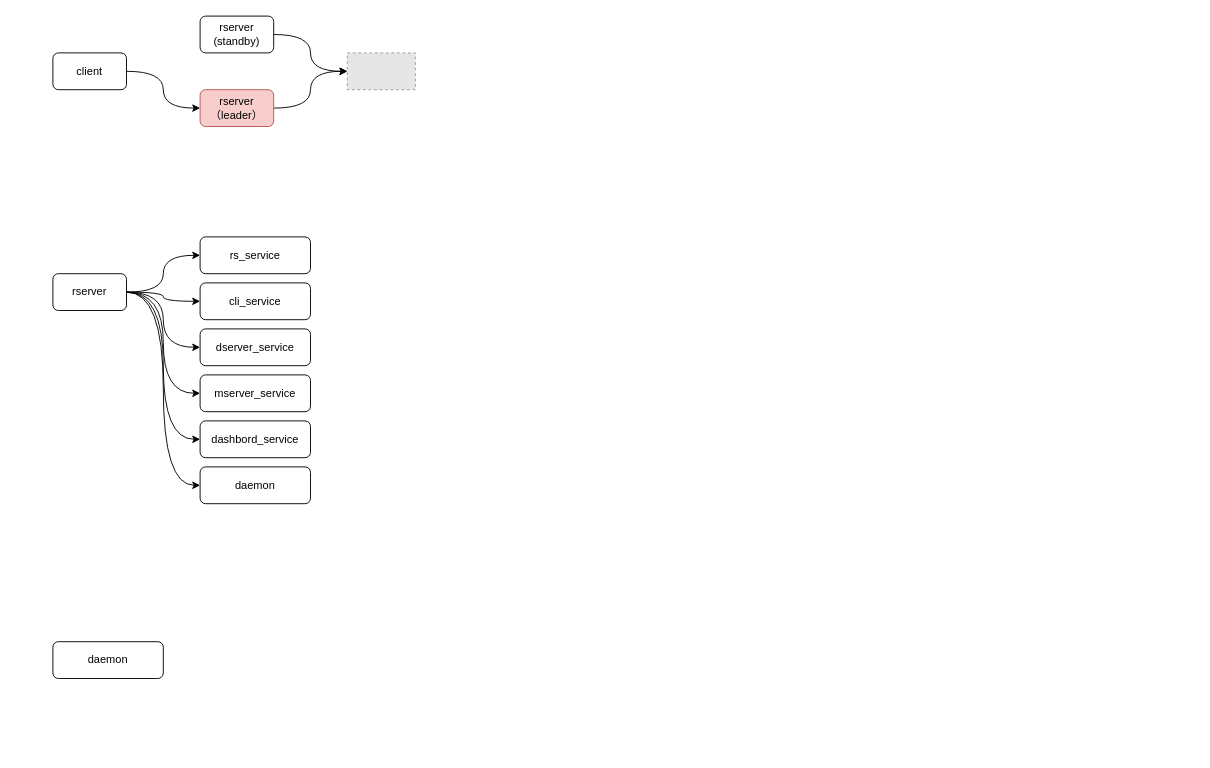
EarthWind/deeparch keeps this draw.io diagram as page "rserver" (2 of 4) of mind/bstore.drawio. Above is the earlier version. Source tidied: cells renumbered, new cells numbered last; positions are measured from the earlier drawing's top-left corner, leaving out a move shared by most shapes. Both pictures are drawn from the tidied source at 92%, with x=0, y=0 at pixel (52, 16). Pictures stored in the file or linked from it are replaced by grey dashed boxes.
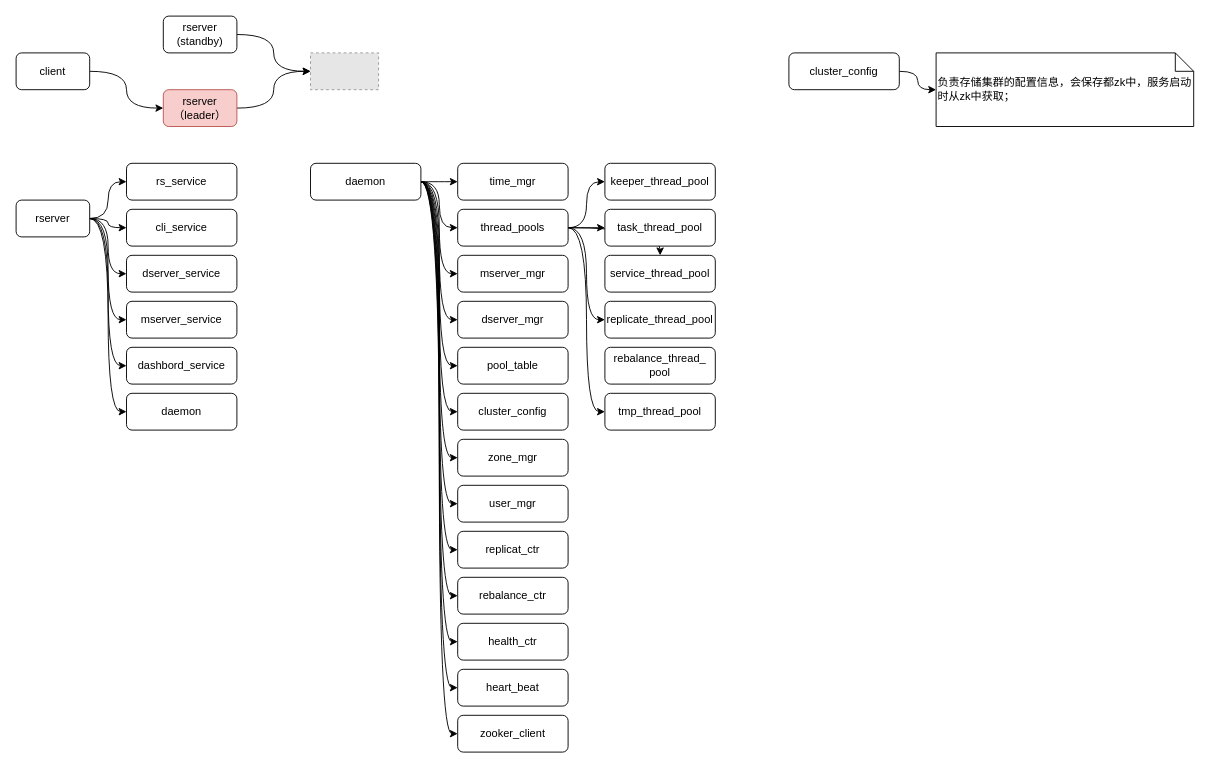
Above is the later version.

Change to the diagram source:
```diff
@@
     <mxCell id="3" value="rserver&lt;br&gt;(standby)" style="rounded=1;whiteSpace=wrap;html=1;" parent="1" vertex="1">
-      <mxGeometry x="160" width="80" height="40" as="geometry" />
+      <mxGeometry x="120" width="80" height="40" as="geometry" />
     </mxCell>
     <mxCell id="4" style="fillColor=#E6E6E6;strokeColor=#999999;dashed=1;verticalLabelPosition=bottom;labelBackgroundColor=default;verticalAlign=top;" parent="1" vertex="1">
-      <mxGeometry x="320" y="40" width="74" height="40" as="geometry" />
+      <mxGeometry x="280" y="40" width="74" height="40" as="geometry" />
     </mxCell>
@@
     <mxCell id="6" value="rserver&lt;br&gt;（leader）" style="rounded=1;whiteSpace=wrap;html=1;fillColor=#f8cecc;strokeColor=#b85450;" parent="1" vertex="1">
-      <mxGeometry x="160" y="80" width="80" height="40" as="geometry" />
+      <mxGeometry x="120" y="80" width="80" height="40" as="geometry" />
     </mxCell>
@@
     <mxCell id="8" value="client" style="rounded=1;whiteSpace=wrap;html=1;" parent="1" vertex="1">
-      <mxGeometry y="40" width="80" height="40" as="geometry" />
+      <mxGeometry x="-40" y="40" width="80" height="40" as="geometry" />
     </mxCell>
@@
     <mxCell id="15" value="rserver" style="rounded=1;whiteSpace=wrap;html=1;" parent="1" vertex="1">
-      <mxGeometry y="280" width="80" height="40" as="geometry" />
+      <mxGeometry x="-40" y="200" width="80" height="40" as="geometry" />
     </mxCell>
     <mxCell id="16" value="rs_service" style="rounded=1;whiteSpace=wrap;html=1;" parent="1" vertex="1">
-      <mxGeometry x="160" y="240" width="120" height="40" as="geometry" />
+      <mxGeometry x="80" y="160" width="120" height="40" as="geometry" />
     </mxCell>
     <mxCell id="17" value="cli_service" style="rounded=1;whiteSpace=wrap;html=1;" parent="1" vertex="1">
-      <mxGeometry x="160" y="290" width="120" height="40" as="geometry" />
+      <mxGeometry x="80" y="210" width="120" height="40" as="geometry" />
     </mxCell>
     <mxCell id="18" value="dserver_service" style="rounded=1;whiteSpace=wrap;html=1;" parent="1" vertex="1">
-      <mxGeometry x="160" y="340" width="120" height="40" as="geometry" />
+      <mxGeometry x="80" y="260" width="120" height="40" as="geometry" />
     </mxCell>
     <mxCell id="19" value="mserver_service" style="rounded=1;whiteSpace=wrap;html=1;" parent="1" vertex="1">
-      <mxGeometry x="160" y="390" width="120" height="40" as="geometry" />
+      <mxGeometry x="80" y="310" width="120" height="40" as="geometry" />
     </mxCell>
     <mxCell id="20" value="dashbord_service" style="rounded=1;whiteSpace=wrap;html=1;" parent="1" vertex="1">
-      <mxGeometry x="160" y="440" width="120" height="40" as="geometry" />
+      <mxGeometry x="80" y="360" width="120" height="40" as="geometry" />
     </mxCell>
     <mxCell id="21" value="daemon" style="rounded=1;whiteSpace=wrap;html=1;" parent="1" vertex="1">
-      <mxGeometry x="160" y="490" width="120" height="40" as="geometry" />
+      <mxGeometry x="80" y="410" width="120" height="40" as="geometry" />
     </mxCell>
+    <mxCell id="23" style="edgeStyle=orthogonalEdgeStyle;curved=1;rounded=0;jettySize=auto;html=1;" parent="1" edge="1" source="22" target="36">
+      <mxGeometry relative="1" as="geometry" />
+    </mxCell>
+    <mxCell id="24" style="edgeStyle=orthogonalEdgeStyle;curved=1;rounded=0;jettySize=auto;html=1;entryX=0;entryY=0.5;entryDx=0;entryDy=0;" parent="1" edge="1" source="22" target="42">
+      <mxGeometry relative="1" as="geometry" />
+    </mxCell>
+    <mxCell id="25" style="edgeStyle=orthogonalEdgeStyle;curved=1;rounded=0;jettySize=auto;html=1;entryX=0;entryY=0.5;entryDx=0;entryDy=0;" parent="1" edge="1" source="22" target="49">
+      <mxGeometry relative="1" as="geometry" />
+    </mxCell>
+    <mxCell id="26" style="edgeStyle=orthogonalEdgeStyle;curved=1;rounded=0;jettySize=auto;html=1;entryX=0;entryY=0.5;entryDx=0;entryDy=0;" parent="1" edge="1" source="22" target="50">
+      <mxGeometry relative="1" as="geometry" />
+    </mxCell>
+    <mxCell id="27" style="edgeStyle=orthogonalEdgeStyle;curved=1;rounded=0;jettySize=auto;html=1;entryX=0;entryY=0.5;entryDx=0;entryDy=0;" parent="1" edge="1" source="22" target="51">
+      <mxGeometry relative="1" as="geometry" />
+    </mxCell>
+    <mxCell id="28" style="edgeStyle=orthogonalEdgeStyle;curved=1;rounded=0;jettySize=auto;html=1;entryX=0;entryY=0.5;entryDx=0;entryDy=0;" parent="1" edge="1" source="22" target="54">
+      <mxGeometry relative="1" as="geometry" />
+    </mxCell>
+    <mxCell id="29" style="edgeStyle=orthogonalEdgeStyle;curved=1;rounded=0;jettySize=auto;html=1;entryX=0;entryY=0.5;entryDx=0;entryDy=0;" parent="1" edge="1" source="22" target="53">
+      <mxGeometry relative="1" as="geometry" />
+    </mxCell>
+    <mxCell id="30" style="edgeStyle=orthogonalEdgeStyle;curved=1;rounded=0;jettySize=auto;html=1;entryX=0;entryY=0.5;entryDx=0;entryDy=0;" parent="1" edge="1" source="22" target="52">
+      <mxGeometry relative="1" as="geometry" />
+    </mxCell>
+    <mxCell id="31" style="edgeStyle=orthogonalEdgeStyle;curved=1;rounded=0;jettySize=auto;html=1;entryX=0;entryY=0.5;entryDx=0;entryDy=0;" parent="1" edge="1" source="22" target="55">
+      <mxGeometry relative="1" as="geometry" />
+    </mxCell>
+    <mxCell id="32" style="edgeStyle=orthogonalEdgeStyle;curved=1;rounded=0;jettySize=auto;html=1;entryX=0;entryY=0.5;entryDx=0;entryDy=0;" parent="1" edge="1" source="22" target="56">
+      <mxGeometry relative="1" as="geometry" />
+    </mxCell>
+    <mxCell id="33" style="edgeStyle=orthogonalEdgeStyle;curved=1;rounded=0;jettySize=auto;html=1;entryX=0;entryY=0.5;entryDx=0;entryDy=0;" parent="1" edge="1" source="22" target="57">
+      <mxGeometry relative="1" as="geometry" />
+    </mxCell>
+    <mxCell id="34" style="edgeStyle=orthogonalEdgeStyle;curved=1;rounded=0;jettySize=auto;html=1;entryX=0;entryY=0.5;entryDx=0;entryDy=0;" parent="1" edge="1" source="22" target="58">
+      <mxGeometry relative="1" as="geometry" />
+    </mxCell>
+    <mxCell id="35" style="edgeStyle=orthogonalEdgeStyle;curved=1;rounded=0;jettySize=auto;html=1;entryX=0;entryY=0.5;entryDx=0;entryDy=0;" parent="1" edge="1" source="22" target="59">
+      <mxGeometry relative="1" as="geometry" />
+    </mxCell>
     <mxCell id="22" value="daemon" style="rounded=1;whiteSpace=wrap;html=1;" parent="1" vertex="1">
-      <mxGeometry y="680" width="120" height="40" as="geometry" />
+      <mxGeometry x="280" y="160" width="120" height="40" as="geometry" />
     </mxCell>
+    <mxCell id="36" value="time_mgr" style="whiteSpace=wrap;html=1;rounded=1;" parent="1" vertex="1">
+      <mxGeometry x="440" y="160" width="120" height="40" as="geometry" />
+    </mxCell>
+    <mxCell id="37" style="edgeStyle=orthogonalEdgeStyle;curved=1;rounded=0;jettySize=auto;html=1;entryX=0;entryY=0.5;entryDx=0;entryDy=0;" parent="1" edge="1" source="42" target="43">
+      <mxGeometry relative="1" as="geometry" />
+    </mxCell>
+    <mxCell id="38" style="edgeStyle=orthogonalEdgeStyle;curved=1;rounded=0;jettySize=auto;html=1;entryX=0;entryY=0.5;entryDx=0;entryDy=0;" parent="1" edge="1" source="42" target="44">
+      <mxGeometry relative="1" as="geometry" />
+    </mxCell>
+    <mxCell id="39" style="edgeStyle=orthogonalEdgeStyle;curved=1;rounded=0;jettySize=auto;html=1;" parent="1" edge="1" source="42" target="45">
+      <mxGeometry relative="1" as="geometry" />
+    </mxCell>
+    <mxCell id="40" style="edgeStyle=orthogonalEdgeStyle;curved=1;rounded=0;jettySize=auto;html=1;entryX=0;entryY=0.5;entryDx=0;entryDy=0;" parent="1" edge="1" source="42" target="46">
+      <mxGeometry relative="1" as="geometry" />
+    </mxCell>
+    <mxCell id="41" style="edgeStyle=orthogonalEdgeStyle;curved=1;rounded=0;jettySize=auto;html=1;entryX=0;entryY=0.5;entryDx=0;entryDy=0;" parent="1" edge="1" source="42" target="48">
+      <mxGeometry relative="1" as="geometry" />
+    </mxCell>
+    <mxCell id="42" value="thread_pools" style="whiteSpace=wrap;html=1;rounded=1;" parent="1" vertex="1">
+      <mxGeometry x="440" y="210" width="120" height="40" as="geometry" />
+    </mxCell>
+    <mxCell id="43" value="keeper_thread_pool" style="whiteSpace=wrap;html=1;rounded=1;" parent="1" vertex="1">
+      <mxGeometry x="600" y="160" width="120" height="40" as="geometry" />
+    </mxCell>
+    <mxCell id="44" value="task_thread_pool" style="whiteSpace=wrap;html=1;rounded=1;" parent="1" vertex="1">
+      <mxGeometry x="600" y="210" width="120" height="40" as="geometry" />
+    </mxCell>
+    <mxCell id="45" value="service_thread_pool" style="whiteSpace=wrap;html=1;rounded=1;" parent="1" vertex="1">
+      <mxGeometry x="600" y="260" width="120" height="40" as="geometry" />
+    </mxCell>
+    <mxCell id="46" value="replicate_thread_pool" style="whiteSpace=wrap;html=1;rounded=1;" parent="1" vertex="1">
+      <mxGeometry x="600" y="310" width="120" height="40" as="geometry" />
+    </mxCell>
+    <mxCell id="47" value="rebalance_thread_&lt;br&gt;pool" style="whiteSpace=wrap;html=1;rounded=1;" parent="1" vertex="1">
+      <mxGeometry x="600" y="360" width="120" height="40" as="geometry" />
+    </mxCell>
+    <mxCell id="48" value="tmp_thread_pool" style="whiteSpace=wrap;html=1;rounded=1;" parent="1" vertex="1">
+      <mxGeometry x="600" y="410" width="120" height="40" as="geometry" />
+    </mxCell>
+    <mxCell id="49" value="mserver_mgr" style="whiteSpace=wrap;html=1;rounded=1;" parent="1" vertex="1">
+      <mxGeometry x="440" y="260" width="120" height="40" as="geometry" />
+    </mxCell>
+    <mxCell id="50" value="dserver_mgr" style="whiteSpace=wrap;html=1;rounded=1;" parent="1" vertex="1">
+      <mxGeometry x="440" y="310" width="120" height="40" as="geometry" />
+    </mxCell>
+    <mxCell id="51" value="pool_table" style="whiteSpace=wrap;html=1;rounded=1;" parent="1" vertex="1">
+      <mxGeometry x="440" y="360" width="120" height="40" as="geometry" />
+    </mxCell>
+    <mxCell id="52" value="cluster_config" style="whiteSpace=wrap;html=1;rounded=1;" parent="1" vertex="1">
+      <mxGeometry x="440" y="410" width="120" height="40" as="geometry" />
+    </mxCell>
+    <mxCell id="53" value="zone_mgr" style="whiteSpace=wrap;html=1;rounded=1;" parent="1" vertex="1">
+      <mxGeometry x="440" y="460" width="120" height="40" as="geometry" />
+    </mxCell>
+    <mxCell id="54" value="user_mgr" style="whiteSpace=wrap;html=1;rounded=1;" parent="1" vertex="1">
+      <mxGeometry x="440" y="510" width="120" height="40" as="geometry" />
+    </mxCell>
+    <mxCell id="55" value="replicat_ctr" style="whiteSpace=wrap;html=1;rounded=1;" parent="1" vertex="1">
+      <mxGeometry x="440" y="560" width="120" height="40" as="geometry" />
+    </mxCell>
+    <mxCell id="56" value="rebalance_ctr" style="whiteSpace=wrap;html=1;rounded=1;" parent="1" vertex="1">
+      <mxGeometry x="440" y="610" width="120" height="40" as="geometry" />
+    </mxCell>
+    <mxCell id="57" value="health_ctr" style="whiteSpace=wrap;html=1;rounded=1;" parent="1" vertex="1">
+      <mxGeometry x="440" y="660" width="120" height="40" as="geometry" />
+    </mxCell>
+    <mxCell id="58" value="heart_beat" style="whiteSpace=wrap;html=1;rounded=1;" parent="1" vertex="1">
+      <mxGeometry x="440" y="710" width="120" height="40" as="geometry" />
+    </mxCell>
+    <mxCell id="59" value="zooker_client" style="whiteSpace=wrap;html=1;rounded=1;" parent="1" vertex="1">
+      <mxGeometry x="440" y="760" width="120" height="40" as="geometry" />
+    </mxCell>
+    <mxCell id="60" style="edgeStyle=orthogonalEdgeStyle;curved=1;rounded=0;jettySize=auto;html=1;entryX=0;entryY=0.5;entryDx=0;entryDy=0;entryPerimeter=0;" parent="1" edge="1" source="61" target="62">
+      <mxGeometry relative="1" as="geometry" />
+    </mxCell>
+    <mxCell id="61" value="cluster_config" style="whiteSpace=wrap;html=1;rounded=1;" parent="1" vertex="1">
+      <mxGeometry x="800" y="40" width="120" height="40" as="geometry" />
+    </mxCell>
+    <mxCell id="62" value="负责存储集群的配置信息，会保存都zk中，服务启动时从zk中获取；" style="shape=note;size=20;whiteSpace=wrap;html=1;align=left;" parent="1" vertex="1">
+      <mxGeometry x="960" y="40" width="280" height="80" as="geometry" />
+    </mxCell>
```
